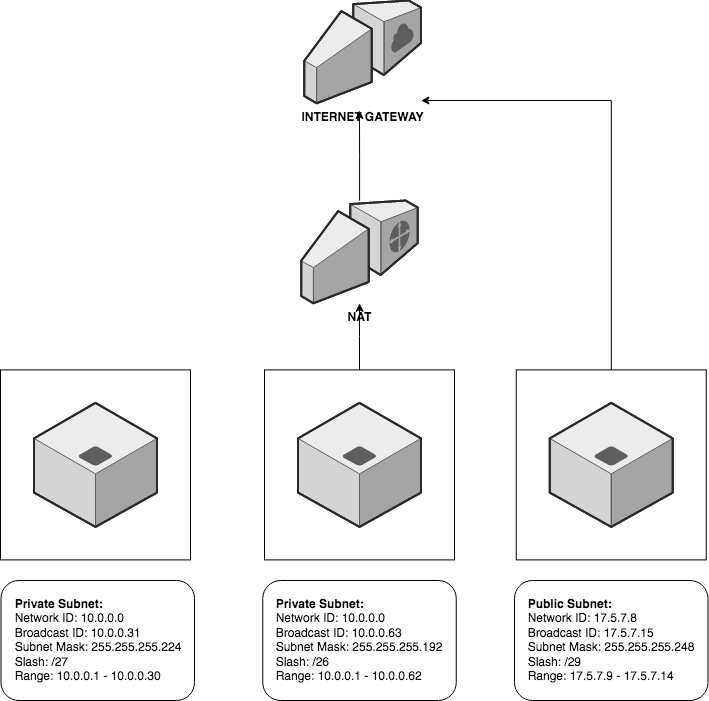
Earlier version of the draw.io export 00_includes/AWS-13-Subnetting.png (techgrounds/cloud-6-repo-henkvanderduim). Source tidied: cells renumbered, new cells last; positions are measured from the earlier drawing's top-left corner, leaving out a move shared by most shapes. Source of this version:
```xml
<mxGraphModel>
  <root>
    <mxCell id="0" />
    <mxCell id="1" parent="0" />
    <mxCell id="2" style="whiteSpace=wrap;html=1;" parent="1" vertex="1">
      <mxGeometry y="369.4" width="190" height="190" as="geometry" />
    </mxCell>
    <mxCell id="3" value="&lt;div align=&quot;left&quot;&gt;&lt;b&gt;Private Subnet:&lt;/b&gt;&lt;/div&gt;&lt;div align=&quot;left&quot;&gt;Network ID: 10.0.0.0&lt;/div&gt;&lt;div align=&quot;left&quot;&gt;Broadcast ID: 10.0.0.31&lt;/div&gt;&lt;div align=&quot;left&quot;&gt;Subnet Mask: 255.255.255.224&lt;/div&gt;&lt;div align=&quot;left&quot;&gt;Slash: /27&lt;/div&gt;&lt;div align=&quot;left&quot;&gt;Range: 10.0.0.1 - 10.0.0.30&lt;/div&gt;" style="rounded=1;whiteSpace=wrap;html=1;" parent="1" vertex="1">
      <mxGeometry x="0.5" y="580" width="193.5" height="120" as="geometry" />
    </mxCell>
    <mxCell id="4" style="edgeStyle=orthogonalEdgeStyle;rounded=0;jettySize=auto;html=1;" parent="1" edge="1" source="5" target="11">
      <mxGeometry relative="1" as="geometry" />
    </mxCell>
    <mxCell id="5" style="whiteSpace=wrap;html=1;" parent="1" vertex="1">
      <mxGeometry x="264" y="369.4" width="190" height="190" as="geometry" />
    </mxCell>
    <mxCell id="6" value="&lt;div align=&quot;left&quot;&gt;&lt;b&gt;Private Subnet:&lt;/b&gt;&lt;/div&gt;&lt;div align=&quot;left&quot;&gt;Network ID: 10.0.0.0&lt;/div&gt;&lt;div align=&quot;left&quot;&gt;Broadcast ID: 10.0.0.63&lt;/div&gt;&lt;div align=&quot;left&quot;&gt;Subnet Mask: 255.255.255.192&lt;/div&gt;&lt;div align=&quot;left&quot;&gt;Slash: /26&lt;/div&gt;&lt;div align=&quot;left&quot;&gt;Range: 10.0.0.1 - 10.0.0.62&lt;/div&gt;" style="rounded=1;whiteSpace=wrap;html=1;" parent="1" vertex="1">
      <mxGeometry x="262.2" y="580" width="193.5" height="120" as="geometry" />
    </mxCell>
    <mxCell id="7" value="&lt;b&gt;INTERNET GATEWAY&lt;br&gt;&lt;/b&gt;" style="verticalLabelPosition=bottom;html=1;verticalAlign=top;strokeWidth=1;align=center;outlineConnect=0;dashed=0;outlineConnect=0;shape=mxgraph.aws3d.internetGateway;fillColor=#ECECEC;strokeColor=#5E5E5E;" parent="1" vertex="1">
      <mxGeometry x="303.8" width="116.7" height="102.8" as="geometry" />
    </mxCell>
    <mxCell id="8" style="verticalLabelPosition=bottom;html=1;verticalAlign=top;strokeWidth=1;align=center;dashed=0;shape=mxgraph.aws3d.application_server;fillColor=#ECECEC;strokeColor=#5E5E5E;" parent="1" vertex="1">
      <mxGeometry x="33.5" y="402.4" width="123" height="124" as="geometry" />
    </mxCell>
    <mxCell id="9" style="verticalLabelPosition=bottom;html=1;verticalAlign=top;strokeWidth=1;align=center;dashed=0;shape=mxgraph.aws3d.application_server;fillColor=#ECECEC;strokeColor=#5E5E5E;" parent="1" vertex="1">
      <mxGeometry x="297.5" y="402.4" width="123" height="124" as="geometry" />
    </mxCell>
    <mxCell id="10" style="edgeStyle=orthogonalEdgeStyle;rounded=0;jettySize=auto;html=1;" parent="1" edge="1" source="11">
      <mxGeometry relative="1" as="geometry">
        <mxPoint x="359" y="110" as="targetPoint" />
      </mxGeometry>
    </mxCell>
    <mxCell id="11" value="&lt;b&gt;NAT&lt;/b&gt;" style="verticalLabelPosition=bottom;html=1;verticalAlign=top;strokeWidth=1;align=center;outlineConnect=0;dashed=0;outlineConnect=0;shape=mxgraph.aws3d.customerGateway;fillColor=#ECECEC;strokeColor=#5E5E5E;" parent="1" vertex="1">
      <mxGeometry x="300.6" y="200" width="116.7" height="102.8" as="geometry" />
    </mxCell>
    <mxCell id="12" style="edgeStyle=orthogonalEdgeStyle;rounded=0;jettySize=auto;html=1;" parent="1" edge="1" source="13" target="7">
      <mxGeometry relative="1" as="geometry">
        <Array as="points">
          <mxPoint x="611" y="100" />
        </Array>
      </mxGeometry>
    </mxCell>
    <mxCell id="13" style="whiteSpace=wrap;html=1;" parent="1" vertex="1">
      <mxGeometry x="515.8" y="369.4" width="190" height="190" as="geometry" />
    </mxCell>
    <mxCell id="14" value="&lt;div align=&quot;left&quot;&gt;&lt;b&gt;Public Subnet:&lt;/b&gt;&lt;/div&gt;&lt;div align=&quot;left&quot;&gt;Network ID: 17.5.7.8&lt;br&gt;&lt;/div&gt;&lt;div align=&quot;left&quot;&gt;Broadcast ID: 17.5.7.15&lt;br&gt;&lt;/div&gt;&lt;div align=&quot;left&quot;&gt;Subnet Mask: 255.255.255.248&lt;/div&gt;&lt;div align=&quot;left&quot;&gt;Slash: /29&lt;/div&gt;&lt;div align=&quot;left&quot;&gt;Range: 17.5.7.9 - 17.5.7.14&lt;br&gt;&lt;/div&gt;" style="rounded=1;whiteSpace=wrap;html=1;" parent="1" vertex="1">
      <mxGeometry x="514" y="580" width="193.5" height="120" as="geometry" />
    </mxCell>
    <mxCell id="15" style="verticalLabelPosition=bottom;html=1;verticalAlign=top;strokeWidth=1;align=center;dashed=0;shape=mxgraph.aws3d.application_server;fillColor=#ECECEC;strokeColor=#5E5E5E;" parent="1" vertex="1">
      <mxGeometry x="549.2" y="402.4" width="123" height="124" as="geometry" />
    </mxCell>
  </root>
</mxGraphModel>
```
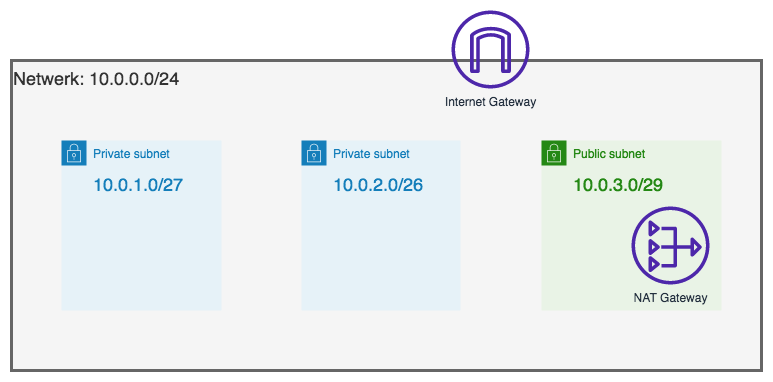
After the change.

The edit, as a diff of the source:
```diff
@@ -2,53 +2,23 @@
   <root>
     <mxCell id="0" />
     <mxCell id="1" parent="0" />
-    <mxCell id="2" style="whiteSpace=wrap;html=1;" parent="1" vertex="1">
-      <mxGeometry y="369.4" width="190" height="190" as="geometry" />
-    </mxCell>
-    <mxCell id="3" value="&lt;div align=&quot;left&quot;&gt;&lt;b&gt;Private Subnet:&lt;/b&gt;&lt;/div&gt;&lt;div align=&quot;left&quot;&gt;Network ID: 10.0.0.0&lt;/div&gt;&lt;div align=&quot;left&quot;&gt;Broadcast ID: 10.0.0.31&lt;/div&gt;&lt;div align=&quot;left&quot;&gt;Subnet Mask: 255.255.255.224&lt;/div&gt;&lt;div align=&quot;left&quot;&gt;Slash: /27&lt;/div&gt;&lt;div align=&quot;left&quot;&gt;Range: 10.0.0.1 - 10.0.0.30&lt;/div&gt;" style="rounded=1;whiteSpace=wrap;html=1;" parent="1" vertex="1">
-      <mxGeometry x="0.5" y="580" width="193.5" height="120" as="geometry" />
-    </mxCell>
-    <mxCell id="4" style="edgeStyle=orthogonalEdgeStyle;rounded=0;jettySize=auto;html=1;" parent="1" edge="1" source="5" target="11">
-      <mxGeometry relative="1" as="geometry" />
-    </mxCell>
-    <mxCell id="5" style="whiteSpace=wrap;html=1;" parent="1" vertex="1">
-      <mxGeometry x="264" y="369.4" width="190" height="190" as="geometry" />
-    </mxCell>
-    <mxCell id="6" value="&lt;div align=&quot;left&quot;&gt;&lt;b&gt;Private Subnet:&lt;/b&gt;&lt;/div&gt;&lt;div align=&quot;left&quot;&gt;Network ID: 10.0.0.0&lt;/div&gt;&lt;div align=&quot;left&quot;&gt;Broadcast ID: 10.0.0.63&lt;/div&gt;&lt;div align=&quot;left&quot;&gt;Subnet Mask: 255.255.255.192&lt;/div&gt;&lt;div align=&quot;left&quot;&gt;Slash: /26&lt;/div&gt;&lt;div align=&quot;left&quot;&gt;Range: 10.0.0.1 - 10.0.0.62&lt;/div&gt;" style="rounded=1;whiteSpace=wrap;html=1;" parent="1" vertex="1">
-      <mxGeometry x="262.2" y="580" width="193.5" height="120" as="geometry" />
-    </mxCell>
-    <mxCell id="7" value="&lt;b&gt;INTERNET GATEWAY&lt;br&gt;&lt;/b&gt;" style="verticalLabelPosition=bottom;html=1;verticalAlign=top;strokeWidth=1;align=center;outlineConnect=0;dashed=0;outlineConnect=0;shape=mxgraph.aws3d.internetGateway;fillColor=#ECECEC;strokeColor=#5E5E5E;" parent="1" vertex="1">
-      <mxGeometry x="303.8" width="116.7" height="102.8" as="geometry" />
-    </mxCell>
-    <mxCell id="8" style="verticalLabelPosition=bottom;html=1;verticalAlign=top;strokeWidth=1;align=center;dashed=0;shape=mxgraph.aws3d.application_server;fillColor=#ECECEC;strokeColor=#5E5E5E;" parent="1" vertex="1">
-      <mxGeometry x="33.5" y="402.4" width="123" height="124" as="geometry" />
-    </mxCell>
-    <mxCell id="9" style="verticalLabelPosition=bottom;html=1;verticalAlign=top;strokeWidth=1;align=center;dashed=0;shape=mxgraph.aws3d.application_server;fillColor=#ECECEC;strokeColor=#5E5E5E;" parent="1" vertex="1">
-      <mxGeometry x="297.5" y="402.4" width="123" height="124" as="geometry" />
-    </mxCell>
-    <mxCell id="10" style="edgeStyle=orthogonalEdgeStyle;rounded=0;jettySize=auto;html=1;" parent="1" edge="1" source="11">
-      <mxGeometry relative="1" as="geometry">
-        <mxPoint x="359" y="110" as="targetPoint" />
-      </mxGeometry>
-    </mxCell>
-    <mxCell id="11" value="&lt;b&gt;NAT&lt;/b&gt;" style="verticalLabelPosition=bottom;html=1;verticalAlign=top;strokeWidth=1;align=center;outlineConnect=0;dashed=0;outlineConnect=0;shape=mxgraph.aws3d.customerGateway;fillColor=#ECECEC;strokeColor=#5E5E5E;" parent="1" vertex="1">
-      <mxGeometry x="300.6" y="200" width="116.7" height="102.8" as="geometry" />
-    </mxCell>
-    <mxCell id="12" style="edgeStyle=orthogonalEdgeStyle;rounded=0;jettySize=auto;html=1;" parent="1" edge="1" source="13" target="7">
-      <mxGeometry relative="1" as="geometry">
-        <Array as="points">
-          <mxPoint x="611" y="100" />
-        </Array>
-      </mxGeometry>
-    </mxCell>
-    <mxCell id="13" style="whiteSpace=wrap;html=1;" parent="1" vertex="1">
-      <mxGeometry x="515.8" y="369.4" width="190" height="190" as="geometry" />
-    </mxCell>
-    <mxCell id="14" value="&lt;div align=&quot;left&quot;&gt;&lt;b&gt;Public Subnet:&lt;/b&gt;&lt;/div&gt;&lt;div align=&quot;left&quot;&gt;Network ID: 17.5.7.8&lt;br&gt;&lt;/div&gt;&lt;div align=&quot;left&quot;&gt;Broadcast ID: 17.5.7.15&lt;br&gt;&lt;/div&gt;&lt;div align=&quot;left&quot;&gt;Subnet Mask: 255.255.255.248&lt;/div&gt;&lt;div align=&quot;left&quot;&gt;Slash: /29&lt;/div&gt;&lt;div align=&quot;left&quot;&gt;Range: 17.5.7.9 - 17.5.7.14&lt;br&gt;&lt;/div&gt;" style="rounded=1;whiteSpace=wrap;html=1;" parent="1" vertex="1">
-      <mxGeometry x="514" y="580" width="193.5" height="120" as="geometry" />
-    </mxCell>
-    <mxCell id="15" style="verticalLabelPosition=bottom;html=1;verticalAlign=top;strokeWidth=1;align=center;dashed=0;shape=mxgraph.aws3d.application_server;fillColor=#ECECEC;strokeColor=#5E5E5E;" parent="1" vertex="1">
-      <mxGeometry x="549.2" y="402.4" width="123" height="124" as="geometry" />
-    </mxCell>
+    <mxCell id="16" value="&lt;div align=&quot;left&quot;&gt;&lt;font style=&quot;font-size: 18px&quot;&gt;Netwerk: 10.0.0.0/24&lt;/font&gt;&lt;/div&gt;" style="html=1;whiteSpace=wrap;fontSize=12;fontStyle=0;strokeColor=#666666;fillColor=#f5f5f5;verticalAlign=top;align=left;spacingTop=3;fontColor=#333333;strokeWidth=3;rounded=0;glass=0;sketch=0;" parent="1" vertex="1">
+      <mxGeometry x="4" y="200" width="750" height="310" as="geometry" />
+    </mxCell>
+    <mxCell id="17" value="&lt;div&gt;Private subnet&lt;/div&gt;&lt;div&gt;&lt;br&gt;&lt;/div&gt;&lt;div align=&quot;left&quot;&gt;&lt;font style=&quot;font-size: 18px&quot;&gt;10.0.1.0/27&lt;/font&gt;&lt;br&gt;&lt;/div&gt;" style="gradientColor=none;html=1;whiteSpace=wrap;fontSize=12;fontStyle=0;shape=mxgraph.aws4.group;grIcon=mxgraph.aws4.group_security_group;grStroke=0;strokeColor=#147EBA;fillColor=#E6F2F8;verticalAlign=top;align=left;spacingLeft=30;fontColor=#147EBA;dashed=0;" parent="1" vertex="1">
+      <mxGeometry x="54" y="280" width="160" height="170" as="geometry" />
+    </mxCell>
+    <mxCell id="18" value="&lt;div&gt;Private subnet&lt;/div&gt;&lt;div&gt;&lt;br&gt;&lt;/div&gt;&lt;div&gt;&lt;font style=&quot;font-size: 18px&quot;&gt;10.0.2.0/26&lt;/font&gt;&lt;br&gt;&lt;/div&gt;" style="gradientColor=none;html=1;whiteSpace=wrap;fontSize=12;fontStyle=0;shape=mxgraph.aws4.group;grIcon=mxgraph.aws4.group_security_group;grStroke=0;strokeColor=#147EBA;fillColor=#E6F2F8;verticalAlign=top;align=left;spacingLeft=30;fontColor=#147EBA;dashed=0;" parent="1" vertex="1">
+      <mxGeometry x="294" y="280" width="159" height="170" as="geometry" />
+    </mxCell>
+    <mxCell id="19" value="&lt;div&gt;Public subnet&lt;/div&gt;&lt;div&gt;&lt;br&gt;&lt;/div&gt;&lt;div&gt;&lt;font style=&quot;font-size: 18px&quot;&gt;10.0.3.0/29&lt;/font&gt;&lt;br&gt;&lt;/div&gt;" style="gradientColor=none;html=1;whiteSpace=wrap;fontSize=12;fontStyle=0;shape=mxgraph.aws4.group;grIcon=mxgraph.aws4.group_security_group;grStroke=0;strokeColor=#248814;fillColor=#E9F3E6;verticalAlign=top;align=left;spacingLeft=30;fontColor=#248814;dashed=0;" parent="1" vertex="1">
+      <mxGeometry x="534" y="280" width="180" height="170" as="geometry" />
+    </mxCell>
+    <mxCell id="20" value="NAT Gateway" style="sketch=0;fontColor=#232F3E;gradientColor=none;fillColor=#4D27AA;strokeColor=none;dashed=0;verticalLabelPosition=bottom;verticalAlign=top;align=center;html=1;fontSize=12;fontStyle=0;shape=mxgraph.aws4.nat_gateway;" parent="19" vertex="1">
+      <mxGeometry x="90" y="66" width="78" height="78" as="geometry" />
+    </mxCell>
+    <mxCell id="21" value="Internet Gateway" style="sketch=0;fontColor=#232F3E;gradientColor=none;fillColor=#4D27AA;strokeColor=none;dashed=0;verticalLabelPosition=bottom;verticalAlign=top;align=center;html=1;fontSize=12;fontStyle=0;shape=mxgraph.aws4.internet_gateway;" parent="1" vertex="1">
+      <mxGeometry x="444" y="150" width="78" height="78" as="geometry" />
+    </mxCell>
   </root>
 </mxGraphModel>
```
